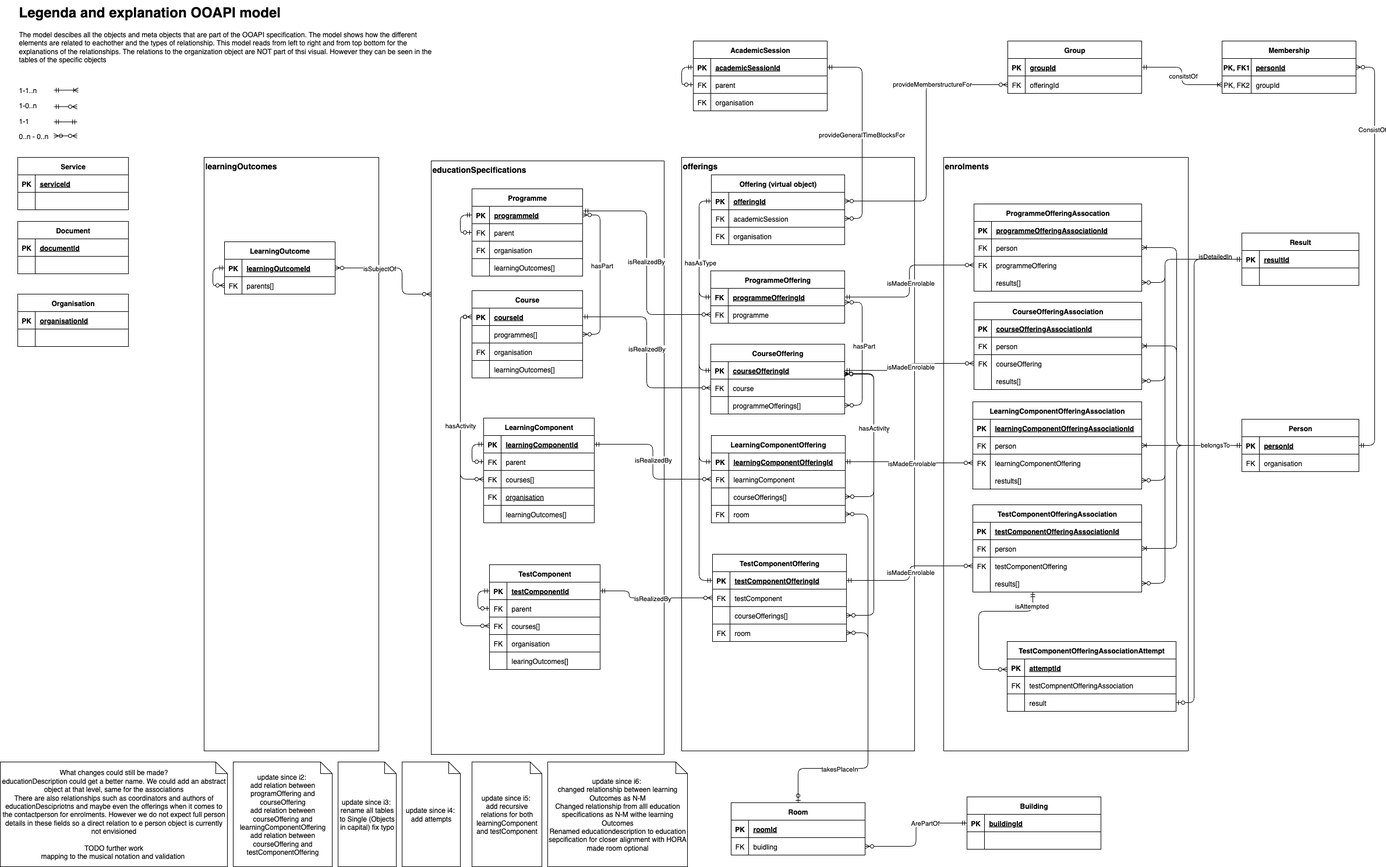
open-education-api/specification keeps this draw.io diagram as v6/ooapi_v6.png. Above is the earlier version. Source tidied: cells renumbered, new cells last; positions are measured from the earlier drawing's top-left corner, leaving out a move shared by most shapes.
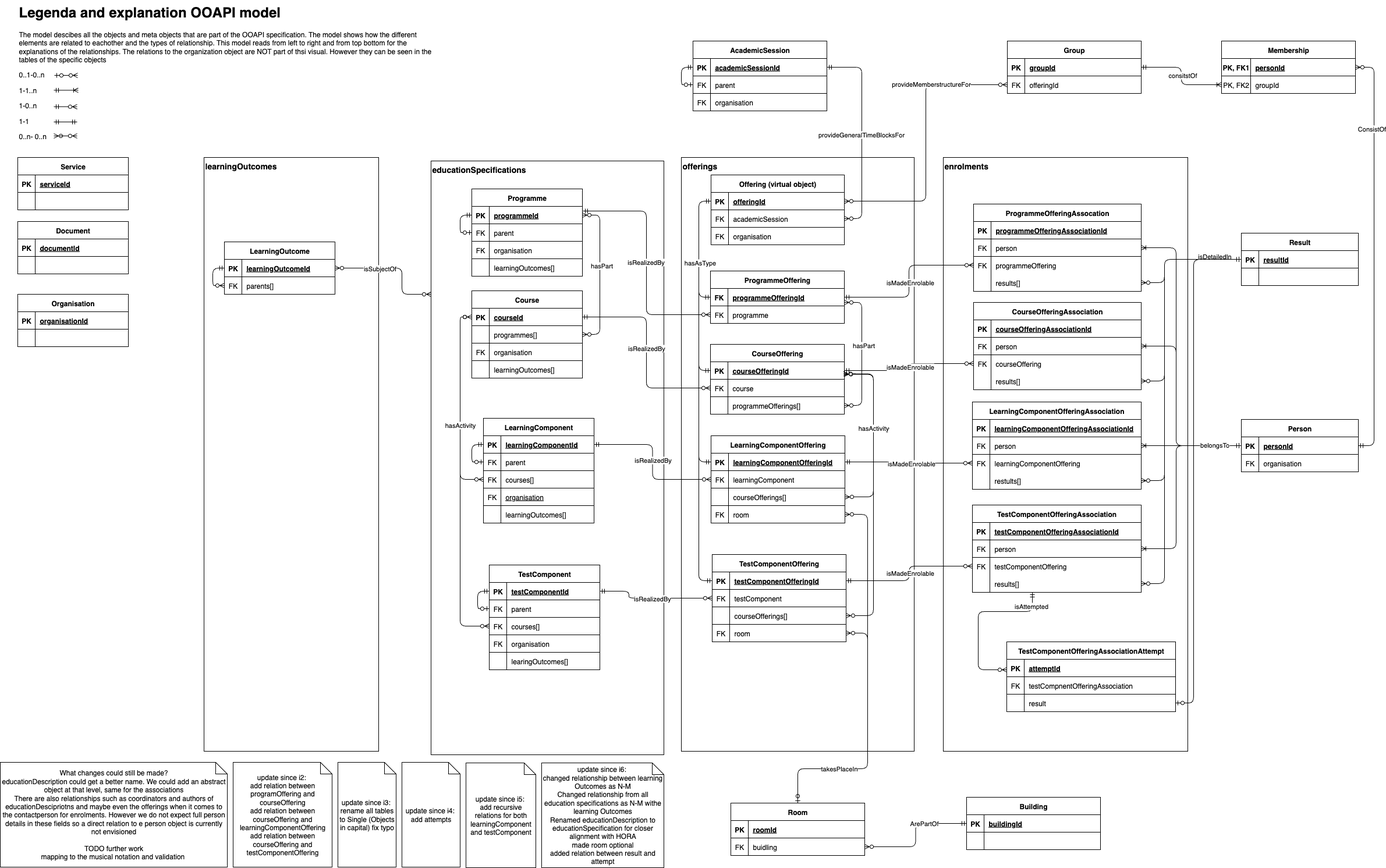
The same diagram one commit later.

Change to the diagram source:
```diff
@@ -988,7 +988,7 @@
     <mxCell id="298" style="group;" parent="1" vertex="1">
       <mxGeometry x="30" width="730" height="250" as="geometry" />
     </mxCell>
-    <mxCell id="299" value="&lt;h1 style=&quot;margin-top: 0px;&quot;&gt;Legenda and explanation OOAPI model&lt;/h1&gt;&lt;p&gt;The model descibes all the objects and meta objects that are part of the OOAPI specification. The model shows how the different elements are related to eachother and the types of relationship.&amp;nbsp;&lt;span style=&quot;background-color: transparent; color: light-dark(rgb(0, 0, 0), rgb(255, 255, 255));&quot;&gt;&lt;font&gt;This model reads from left to right and from top bottom for the explanations of the relationships. The relations to the organization object are NOT part of thsi visual. However they can be seen in the tables of the specific objects&lt;/font&gt;&lt;/span&gt;&lt;/p&gt;&lt;p&gt;&lt;br&gt;&lt;/p&gt;&lt;p&gt;1-1..n&amp;nbsp;&lt;/p&gt;&lt;p&gt;1-0..n&lt;/p&gt;&lt;p&gt;1-1&lt;/p&gt;&lt;p&gt;0..n - 0..n&lt;/p&gt;" style="text;html=1;whiteSpace=wrap;overflow=hidden;rounded=0;" parent="298" vertex="1">
+    <mxCell id="299" value="&lt;h1 style=&quot;margin-top: 0px;&quot;&gt;Legenda and explanation OOAPI model&lt;/h1&gt;&lt;p&gt;The model descibes all the objects and meta objects that are part of the OOAPI specification. The model shows how the different elements are related to eachother and the types of relationship.&amp;nbsp;&lt;span style=&quot;background-color: transparent; color: light-dark(rgb(0, 0, 0), rgb(255, 255, 255));&quot;&gt;&lt;font&gt;This model reads from left to right and from top bottom for the explanations of the relationships. The relations to the organization object are NOT part of thsi visual. However they can be seen in the tables of the specific objects&lt;/font&gt;&lt;/span&gt;&lt;/p&gt;&lt;p&gt;0..1-0..n&lt;/p&gt;&lt;p&gt;1-1..n&amp;nbsp;&lt;/p&gt;&lt;p&gt;1-0..n&lt;/p&gt;&lt;p&gt;1-1&lt;/p&gt;&lt;p&gt;0..n- 0..n&lt;/p&gt;" style="text;html=1;whiteSpace=wrap;overflow=hidden;rounded=0;" parent="298" vertex="1">
       <mxGeometry width="730" height="250" as="geometry" />
     </mxCell>
     <mxCell id="300" style="edgeStyle=entityRelationEdgeStyle;fontSize=12;html=1;endArrow=ERoneToMany;rounded=0;startArrow=ERmandOne;startFill=0;" parent="298" edge="1">
@@ -1125,11 +1125,8 @@
       <mxGeometry x="-0.83" y="-3" relative="1" as="geometry" />
     </mxCell>
     <mxCell id="333" value="update since i5:&amp;nbsp;&lt;div&gt;add recursive relations for both learningComponent and testComponent&lt;/div&gt;" style="shape=note;size=20;whiteSpace=wrap;html=1;" parent="1" vertex="1">
-      <mxGeometry x="810" y="1309" width="120" height="180" as="geometry" />
+      <mxGeometry x="800" y="1310" width="120" height="180" as="geometry" />
     </mxCell>
-    <mxCell id="334" value="update since i6:&amp;nbsp;&lt;div&gt;changed relationship between learning Outcomes as N-M&lt;/div&gt;&lt;div&gt;Changed relationship from alll education specifications as N-M withe learning Outcomes&lt;/div&gt;&lt;div&gt;Renamed educationdescription to education sepcification for closer alignment with HORA&lt;/div&gt;&lt;div&gt;made room optional&lt;/div&gt;" style="shape=note;size=20;whiteSpace=wrap;html=1;" parent="1" vertex="1">
-      <mxGeometry x="940" y="1309" width="240" height="180" as="geometry" />
-    </mxCell>
     <mxCell id="335" style="edgeStyle=orthogonalEdgeStyle;rounded=1;jettySize=auto;html=1;exitX=0;exitY=0.5;exitDx=0;exitDy=0;endArrow=ERzeroToOne;endFill=0;startArrow=ERmandOne;startFill=0;curved=0;entryX=1;entryY=0.5;entryDx=0;entryDy=0;" parent="1" edge="1" source="206" target="328">
       <mxGeometry relative="1" as="geometry">
         <Array as="points">
@@ -1138,5 +1135,18 @@
         </Array>
       </mxGeometry>
     </mxCell>
+    <mxCell id="336" style="edgeStyle=orthogonalEdgeStyle;rounded=1;orthogonalLoop=1;jettySize=auto;html=1;endArrow=ERzeroToOne;endFill=0;startArrow=ERzeroToMany;startFill=0;curved=0;" parent="1" edge="1">
+      <mxGeometry relative="1" as="geometry">
+        <mxPoint x="133" y="129" as="sourcePoint" />
+        <mxPoint x="93" y="129" as="targetPoint" />
+        <Array as="points">
+          <mxPoint x="113" y="129" />
+          <mxPoint x="113" y="129" />
+        </Array>
+      </mxGeometry>
+    </mxCell>
+    <mxCell id="337" value="&lt;span style=&quot;&quot;&gt;update since i6:&amp;nbsp;&lt;/span&gt;&lt;div style=&quot;&quot;&gt;changed relationship between learning Outcomes as N-M&lt;/div&gt;&lt;div style=&quot;&quot;&gt;Changed relationship from all education specifications as N-M withe learning Outcomes&lt;/div&gt;&lt;div style=&quot;&quot;&gt;Renamed educationDescription to educationSpecification for closer alignment with HORA&lt;/div&gt;&lt;div style=&quot;&quot;&gt;made room optional&lt;/div&gt;&lt;div style=&quot;&quot;&gt;added relation between result and attempt&lt;/div&gt;" style="shape=note;size=20;whiteSpace=wrap;html=1;align=center;" parent="1" vertex="1">
+      <mxGeometry x="930" y="1310" width="210" height="180" as="geometry" />
+    </mxCell>
   </root>
 </mxGraphModel>
```
